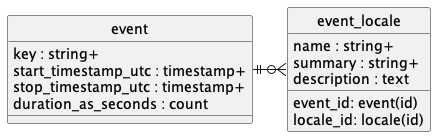
The PlantUML diagram doc/concepts/event/uml.png in contactopensource/contactopensource, before a commit.
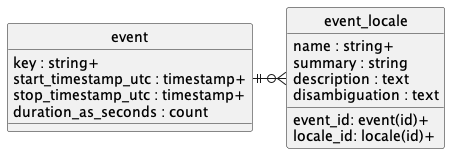
Later version of the same file.

Diff of the diagram source:
```diff
@@ -11,11 +11,12 @@
 }
 
 entity event_locale {
-    event_id: event(id)
-    locale_id: locale(id)
+    event_id: event(id)+
+    locale_id: locale(id)+
     name : string+
-    summary : string+
+    summary : string
     description : text
+    disambiguation : text
 }
 
 event ||-r-o{ event_locale
```
